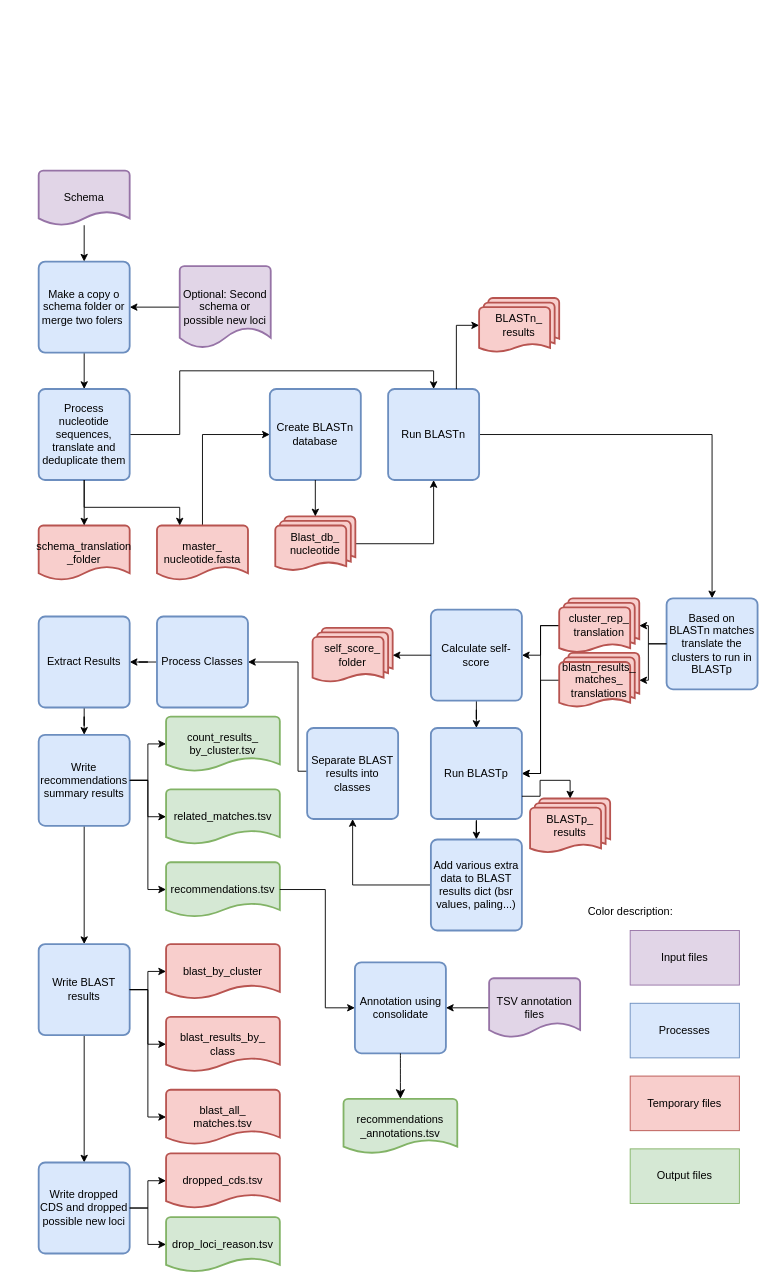
Before: SchemaRefinery/docs/SchemaRefinery/Modules/source/IdentifySpuriousGenes_schema.drawio in B-UMMI/Schema_Refinery, a draw.io diagram. Source tidied: cells renumbered, new cells numbered last; positions are measured from the earlier drawing's top-left corner, leaving out a move shared by most shapes. Both pictures are drawn from the tidied source at 91%, with x=0, y=0 at pixel (38, 170).
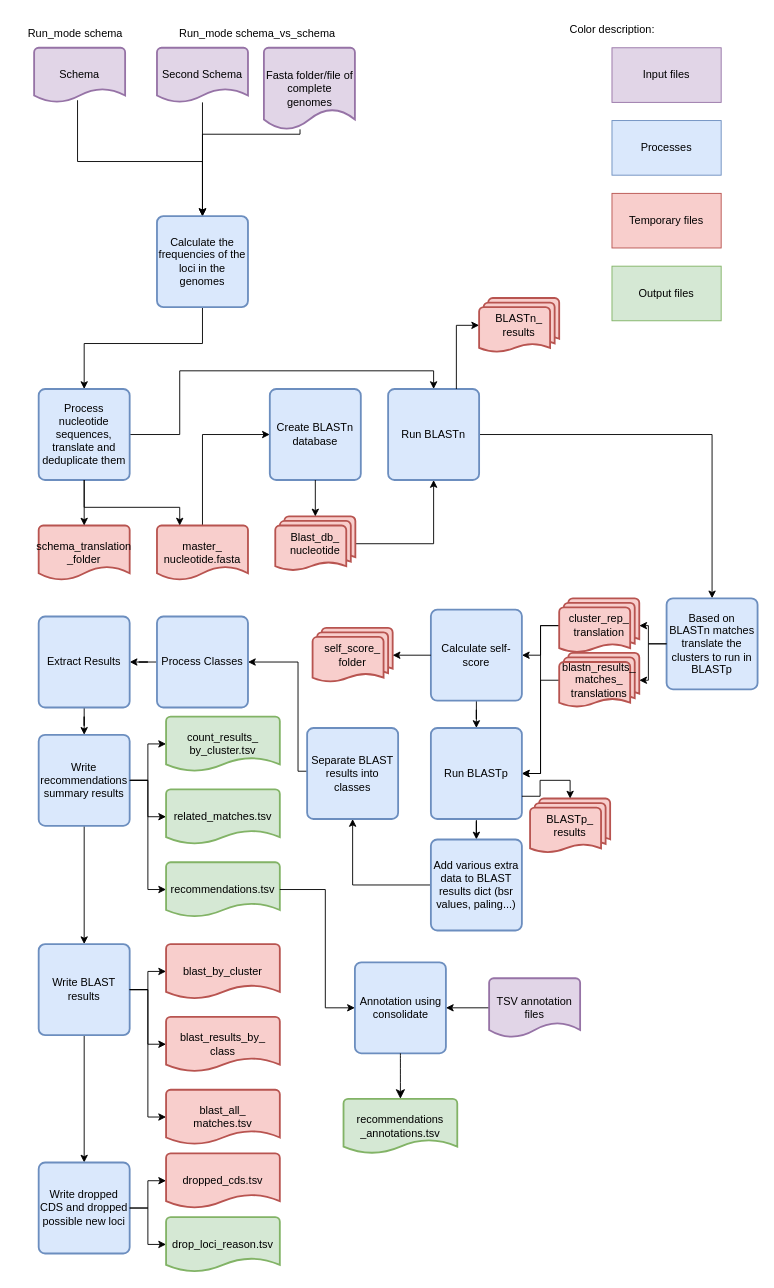
The same page after the edit.

Unchanged cells that the change refers to:
```xml
<mxCell id="3" value="Process nucleotide sequences, translate and deduplicate them" style="rounded=1;whiteSpace=wrap;html=1;absoluteArcSize=1;arcSize=14;strokeWidth=2;fillColor=#dae8fc;strokeColor=#6c8ebf;" parent="1" vertex="1">
  <mxGeometry y="240" width="100" height="100" as="geometry" />
</mxCell>
```

Change to the diagram source:
```diff
@@
-    <mxCell id="4" style="edgeStyle=orthogonalEdgeStyle;rounded=0;jettySize=auto;html=1;" parent="1" edge="1" source="5" target="69">
-      <mxGeometry relative="1" as="geometry" />
+    <mxCell id="4" style="edgeStyle=orthogonalEdgeStyle;rounded=0;jettySize=auto;html=1;entryX=0.5;entryY=0;entryDx=0;entryDy=0;exitX=0.477;exitY=0.961;exitDx=0;exitDy=0;exitPerimeter=0;" parent="1" edge="1" source="5" target="69">
+      <mxGeometry relative="1" as="geometry">
+        <Array as="points">
+          <mxPoint x="43" y="-10" />
+          <mxPoint x="180" y="-10" />
+        </Array>
+      </mxGeometry>
     </mxCell>
     <mxCell id="5" value="Schema" style="strokeWidth=2;html=1;shape=mxgraph.flowchart.document2;whiteSpace=wrap;size=0.25;fillColor=#E1D5E7;strokeColor=#9673A6;" parent="1" vertex="1">
-      <mxGeometry width="100" height="60" as="geometry" />
+      <mxGeometry x="-5" y="-135" width="100" height="60" as="geometry" />
     </mxCell>
@@
     <mxCell id="61" value="Processes" style="rounded=0;whiteSpace=wrap;html=1;fillColor=#dae8fc;strokeColor=#6c8ebf;" parent="1" vertex="1">
-      <mxGeometry x="650" y="915" width="120" height="60" as="geometry" />
+      <mxGeometry x="630" y="-55" width="120" height="60" as="geometry" />
     </mxCell>
     <mxCell id="62" value="Temporary files" style="rounded=0;whiteSpace=wrap;html=1;fillColor=#f8cecc;strokeColor=#b85450;" parent="1" vertex="1">
-      <mxGeometry x="650" y="995" width="120" height="60" as="geometry" />
+      <mxGeometry x="630" y="25" width="120" height="60" as="geometry" />
     </mxCell>
     <mxCell id="63" value="Input files" style="rounded=0;whiteSpace=wrap;html=1;fillColor=#e1d5e7;strokeColor=#9673a6;" parent="1" vertex="1">
-      <mxGeometry x="650" y="835" width="120" height="60" as="geometry" />
+      <mxGeometry x="630" y="-135" width="120" height="60" as="geometry" />
     </mxCell>
     <mxCell id="64" value="Output files" style="rounded=0;whiteSpace=wrap;html=1;fillColor=#d5e8d4;strokeColor=#82b366;" parent="1" vertex="1">
-      <mxGeometry x="650" y="1075" width="120" height="60" as="geometry" />
+      <mxGeometry x="630" y="105" width="120" height="60" as="geometry" />
     </mxCell>
     <mxCell id="65" value="Color description:" style="text;html=1;align=center;verticalAlign=middle;strokeColor=none;fillColor=none;" parent="1" vertex="1">
-      <mxGeometry x="595" y="800" width="110" height="30" as="geometry" />
+      <mxGeometry x="575" y="-170" width="110" height="30" as="geometry" />
     </mxCell>
-    <mxCell id="66" style="edgeStyle=orthogonalEdgeStyle;rounded=0;jettySize=auto;html=1;" parent="1" edge="1" source="67" target="69">
-      <mxGeometry relative="1" as="geometry" />
-    </mxCell>
-    <mxCell id="67" value="Optional: Second schema or possible new loci" style="strokeWidth=2;html=1;shape=mxgraph.flowchart.document2;whiteSpace=wrap;size=0.25;fillColor=#E1D5E7;strokeColor=#9673A6;" parent="1" vertex="1">
-      <mxGeometry x="155" y="105" width="100" height="90" as="geometry" />
-    </mxCell>
-    <mxCell id="68" style="edgeStyle=orthogonalEdgeStyle;rounded=0;jettySize=auto;html=1;entryX=0.5;entryY=0;entryDx=0;entryDy=0;" parent="1" edge="1" source="69" target="3">
-      <mxGeometry relative="1" as="geometry" />
+    <mxCell id="68" style="edgeStyle=orthogonalEdgeStyle;rounded=0;jettySize=auto;html=1;entryX=0.5;entryY=0;entryDx=0;entryDy=0;exitX=0.5;exitY=1;exitDx=0;exitDy=0;" parent="1" edge="1" source="69" target="3">
+      <mxGeometry relative="1" as="geometry">
+        <Array as="points">
+          <mxPoint x="180" y="190" />
+          <mxPoint x="50" y="190" />
+        </Array>
+      </mxGeometry>
     </mxCell>
-    <mxCell id="69" value="Make a copy o schema folder or merge two folers&amp;nbsp;" style="rounded=1;whiteSpace=wrap;html=1;absoluteArcSize=1;arcSize=14;strokeWidth=2;fillColor=#dae8fc;strokeColor=#6c8ebf;" parent="1" vertex="1">
-      <mxGeometry y="100" width="100" height="100" as="geometry" />
+    <mxCell id="69" value="Calculate the frequencies of the loci in the genomes" style="rounded=1;whiteSpace=wrap;html=1;absoluteArcSize=1;arcSize=14;strokeWidth=2;fillColor=#dae8fc;strokeColor=#6c8ebf;" parent="1" vertex="1">
+      <mxGeometry x="130" y="50" width="100" height="100" as="geometry" />
     </mxCell>
@@
+    <mxCell id="79" value="Fasta folder/file of complete genomes" style="strokeWidth=2;html=1;shape=mxgraph.flowchart.document2;whiteSpace=wrap;size=0.25;fillColor=#E1D5E7;strokeColor=#9673A6;" parent="1" vertex="1">
+      <mxGeometry x="247.5" y="-135" width="100" height="90" as="geometry" />
+    </mxCell>
+    <mxCell id="80" value="Second Schema" style="strokeWidth=2;html=1;shape=mxgraph.flowchart.document2;whiteSpace=wrap;size=0.25;fillColor=#E1D5E7;strokeColor=#9673A6;" parent="1" vertex="1">
+      <mxGeometry x="130" y="-135" width="100" height="60" as="geometry" />
+    </mxCell>
+    <mxCell id="81" style="edgeStyle=orthogonalEdgeStyle;rounded=0;jettySize=auto;html=1;entryX=0.5;entryY=0;entryDx=0;entryDy=0;" parent="1" edge="1" source="80" target="69">
+      <mxGeometry relative="1" as="geometry" />
+    </mxCell>
+    <mxCell id="82" style="edgeStyle=orthogonalEdgeStyle;rounded=0;jettySize=auto;html=1;entryX=0.5;entryY=0;entryDx=0;entryDy=0;exitX=0.397;exitY=0.996;exitDx=0;exitDy=0;exitPerimeter=0;" parent="1" edge="1" source="79" target="69">
+      <mxGeometry relative="1" as="geometry">
+        <Array as="points">
+          <mxPoint x="287" y="-40" />
+          <mxPoint x="180" y="-40" />
+        </Array>
+      </mxGeometry>
+    </mxCell>
+    <mxCell id="83" value="Run_mode schema" style="text;html=1;align=center;verticalAlign=middle;strokeColor=none;fillColor=none;" parent="1" vertex="1">
+      <mxGeometry x="-25" y="-165" width="130" height="30" as="geometry" />
+    </mxCell>
+    <mxCell id="84" value="Run_mode schema_vs_schema" style="text;html=1;align=center;verticalAlign=middle;strokeColor=none;fillColor=none;" parent="1" vertex="1">
+      <mxGeometry x="145" y="-165" width="190" height="30" as="geometry" />
+    </mxCell>
```
